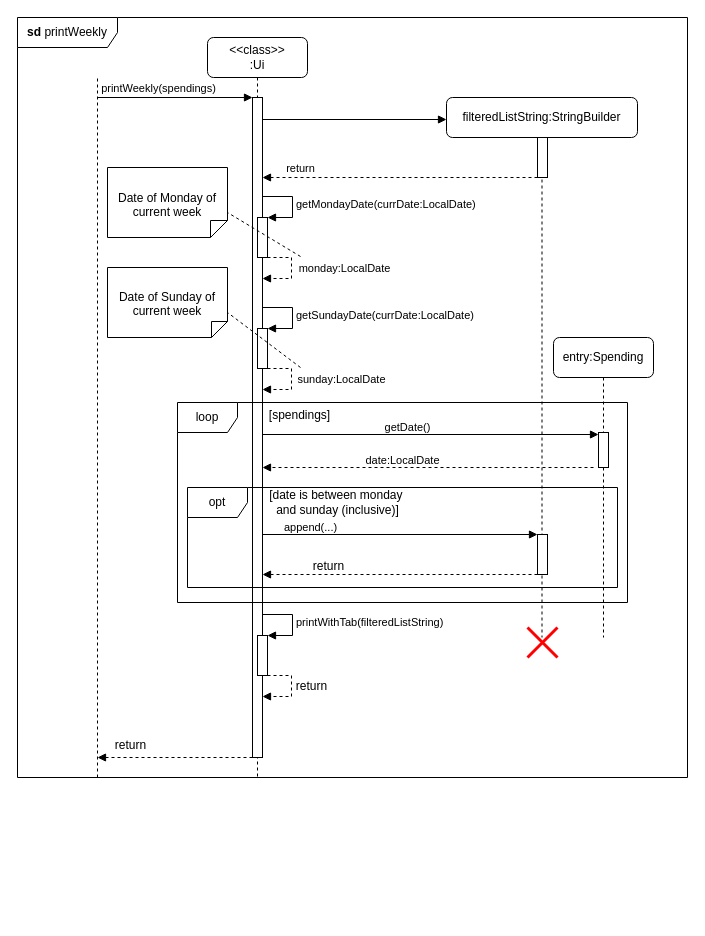
Above: docs/Diagrams/Commands/printWeekly.drawio in wongwh2002/CS2113TeamProject (draw.io), before the change. Source tidied: cells renumbered, new cells numbered last; positions are measured from the earlier drawing's top-left corner, leaving out a move shared by most shapes. Both pictures are drawn from the tidied source at 100%, with x=0, y=0 at pixel (17, 17).
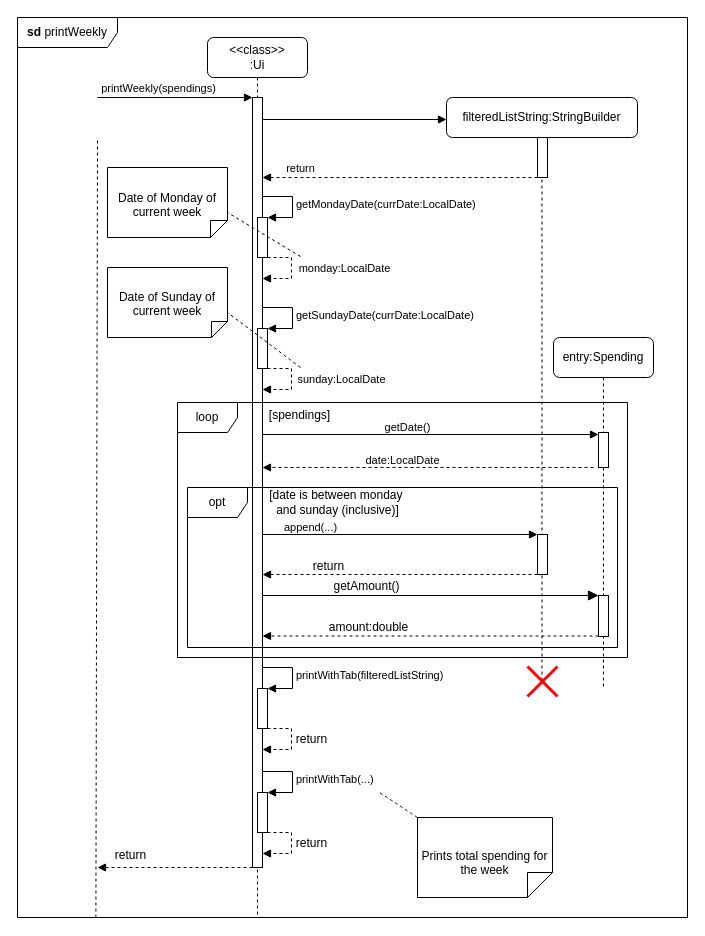
The same diagram, later.

Commit message (it also covers changes not shown here):
Update printWeekly sd to reflect printing of total spendings

The edit, as a diff of the source:
```diff
@@
-    <mxCell id="2" style="endArrow=none;dashed=1;html=1;rounded=0;" parent="1" edge="1">
+    <mxCell id="2" style="endArrow=none;dashed=1;html=1;rounded=0;exitX=0.117;exitY=1;exitDx=0;exitDy=0;exitPerimeter=0;" parent="1" edge="1" source="46">
       <mxGeometry relative="1" as="geometry">
-        <mxPoint x="80" y="760" as="sourcePoint" />
-        <mxPoint x="80" y="60" as="targetPoint" />
+        <mxPoint x="80" y="120" as="targetPoint" />
       </mxGeometry>
     </mxCell>
@@
     <mxCell id="5" value="&amp;lt;&amp;lt;class&amp;gt;&amp;gt;&lt;div&gt;:Ui&lt;/div&gt;" style="shape=umlLifeline;perimeter=lifelinePerimeter;whiteSpace=wrap;html=1;newEdgeStyle={&quot;curved&quot;:0,&quot;rounded&quot;:0};rounded=1;" parent="1" vertex="1">
-      <mxGeometry x="190" y="20" width="100" height="740" as="geometry" />
+      <mxGeometry x="190" y="20" width="100" height="880" as="geometry" />
     </mxCell>
     <mxCell id="6" style="html=1;points=[[0,0,0,0,5],[0,1,0,0,-5],[1,0,0,0,5],[1,1,0,0,-5]];perimeter=orthogonalPerimeter;outlineConnect=0;targetShapes=umlLifeline;portConstraint=eastwest;newEdgeStyle={&quot;curved&quot;:0,&quot;rounded&quot;:0};" parent="5" vertex="1">
-      <mxGeometry x="45" y="60" width="10" height="660" as="geometry" />
+      <mxGeometry x="45" y="60" width="10" height="770" as="geometry" />
     </mxCell>
@@
     <mxCell id="11" value="printWithTab(filteredListString)" style="html=1;align=left;spacingLeft=2;endArrow=block;rounded=0;edgeStyle=orthogonalEdgeStyle;curved=0;rounded=0;" parent="5" edge="1" target="12">
       <mxGeometry relative="1" as="geometry">
-        <mxPoint x="55" y="577" as="sourcePoint" />
+        <mxPoint x="55" y="630" as="sourcePoint" />
         <Array as="points">
-          <mxPoint x="85" y="577" />
-          <mxPoint x="85" y="598" />
+          <mxPoint x="85" y="630" />
+          <mxPoint x="85" y="651" />
         </Array>
       </mxGeometry>
     </mxCell>
     <mxCell id="12" style="html=1;points=[[0,0,0,0,5],[0,1,0,0,-5],[1,0,0,0,5],[1,1,0,0,-5]];perimeter=orthogonalPerimeter;outlineConnect=0;targetShapes=umlLifeline;portConstraint=eastwest;newEdgeStyle={&quot;curved&quot;:0,&quot;rounded&quot;:0};" parent="5" vertex="1">
-      <mxGeometry x="50" y="598" width="10" height="40" as="geometry" />
+      <mxGeometry x="50" y="651" width="10" height="40" as="geometry" />
     </mxCell>
     <mxCell id="13" style="html=1;align=left;spacingLeft=2;endArrow=block;rounded=0;edgeStyle=orthogonalEdgeStyle;curved=0;rounded=0;dashed=1;" parent="5" edge="1">
       <mxGeometry relative="1" as="geometry">
-        <mxPoint x="60" y="638" as="sourcePoint" />
-        <mxPoint x="55" y="659" as="targetPoint" />
+        <mxPoint x="60" y="691" as="sourcePoint" />
+        <mxPoint x="55" y="712" as="targetPoint" />
         <Array as="points">
-          <mxPoint x="84" y="638" />
-          <mxPoint x="84" y="659" />
+          <mxPoint x="84" y="691" />
+          <mxPoint x="84" y="712" />
         </Array>
       </mxGeometry>
     </mxCell>
@@
     <mxCell id="15" value="filteredListString:StringBuilder" style="shape=umlLifeline;perimeter=lifelinePerimeter;whiteSpace=wrap;html=1;newEdgeStyle={&quot;curved&quot;:0,&quot;rounded&quot;:0};rounded=1;" parent="1" vertex="1">
-      <mxGeometry x="429" y="80" width="191" height="540" as="geometry" />
+      <mxGeometry x="429" y="80" width="191" height="585" as="geometry" />
     </mxCell>
@@
     <mxCell id="28" value="loop" style="shape=umlFrame;whiteSpace=wrap;html=1;" parent="1" vertex="1">
-      <mxGeometry x="160" y="385" width="450" height="200" as="geometry" />
+      <mxGeometry x="160" y="385" width="450" height="255" as="geometry" />
     </mxCell>
@@
     <mxCell id="30" value="entry:Spending" style="shape=umlLifeline;perimeter=lifelinePerimeter;whiteSpace=wrap;html=1;newEdgeStyle={&quot;curved&quot;:0,&quot;rounded&quot;:0};rounded=1;" parent="1" vertex="1">
-      <mxGeometry x="536" y="320" width="100" height="300" as="geometry" />
+      <mxGeometry x="536" y="320" width="100" height="350" as="geometry" />
     </mxCell>
@@
     <mxCell id="36" value="opt" style="shape=umlFrame;whiteSpace=wrap;html=1;" parent="1" vertex="1">
-      <mxGeometry x="170" y="470" width="430" height="100" as="geometry" />
+      <mxGeometry x="170" y="470" width="430" height="160" as="geometry" />
     </mxCell>
@@
     <mxCell id="43" style="shape=umlDestroy;whiteSpace=wrap;html=1;strokeWidth=3;targetShapes=umlLifeline;strokeColor=#ff0000;" parent="1" vertex="1">
-      <mxGeometry x="510" y="610" width="30" height="30" as="geometry" />
+      <mxGeometry x="510" y="649" width="30" height="30" as="geometry" />
     </mxCell>
     <mxCell id="44" style="html=1;verticalAlign=bottom;labelBackgroundColor=none;endArrow=block;endFill=1;dashed=1;rounded=0;" parent="1" edge="1">
       <mxGeometry relative="1" as="geometry">
-        <mxPoint x="235" y="740" as="sourcePoint" />
-        <mxPoint x="80" y="740" as="targetPoint" />
+        <mxPoint x="235" y="850" as="sourcePoint" />
+        <mxPoint x="80" y="850" as="targetPoint" />
       </mxGeometry>
     </mxCell>
@@
     <mxCell id="46" value="&lt;b&gt;sd&lt;/b&gt;&amp;nbsp;printWeekly" style="shape=umlFrame;whiteSpace=wrap;html=1;width=100;height=30;" parent="1" vertex="1">
-      <mxGeometry width="670" height="760" as="geometry" />
+      <mxGeometry width="670" height="900" as="geometry" />
     </mxCell>
+    <mxCell id="47" style="html=1;perimeter=orthogonalPerimeter;targetShapes=umlLifeline;newEdgeStyle={&quot;curved&quot;:0,&quot;rounded&quot;:0};" parent="1" vertex="1">
+      <mxGeometry x="581" y="578" width="10" height="41" as="geometry" />
+    </mxCell>
+    <mxCell id="48" value="getAmount()" style="html=1;verticalAlign=bottom;endArrow=block;curved=0;rounded=0;fontSize=12;startSize=8;endSize=8;" parent="1" edge="1">
+      <mxGeometry x="-0.38" relative="1" as="geometry">
+        <mxPoint x="245" y="578" as="sourcePoint" />
+        <mxPoint x="581" y="578" as="targetPoint" />
+      </mxGeometry>
+    </mxCell>
+    <mxCell id="49" style="html=1;verticalAlign=bottom;labelBackgroundColor=none;endArrow=block;endFill=1;dashed=1;rounded=0;" parent="1" edge="1">
+      <mxGeometry relative="1" as="geometry">
+        <mxPoint x="581" y="618.5" as="sourcePoint" />
+        <mxPoint x="245" y="618.5" as="targetPoint" />
+      </mxGeometry>
+    </mxCell>
+    <mxCell id="50" value="amount:double" style="edgeLabel;html=1;align=center;verticalAlign=middle;fontSize=12;" parent="49" vertex="1">
+      <mxGeometry x="-0.31" y="-4" relative="1" as="geometry">
+        <mxPoint x="-115" y="-5" as="offset" />
+      </mxGeometry>
+    </mxCell>
+    <mxCell id="51" value="printWithTab(...)" style="html=1;align=left;spacingLeft=2;endArrow=block;rounded=0;edgeStyle=orthogonalEdgeStyle;curved=0;rounded=0;" parent="1" edge="1" target="52">
+      <mxGeometry relative="1" as="geometry">
+        <mxPoint x="245" y="754" as="sourcePoint" />
+        <Array as="points">
+          <mxPoint x="275" y="754" />
+          <mxPoint x="275" y="775" />
+        </Array>
+      </mxGeometry>
+    </mxCell>
+    <mxCell id="52" style="html=1;points=[[0,0,0,0,5],[0,1,0,0,-5],[1,0,0,0,5],[1,1,0,0,-5]];perimeter=orthogonalPerimeter;outlineConnect=0;targetShapes=umlLifeline;portConstraint=eastwest;newEdgeStyle={&quot;curved&quot;:0,&quot;rounded&quot;:0};" parent="1" vertex="1">
+      <mxGeometry x="240" y="775" width="10" height="40" as="geometry" />
+    </mxCell>
+    <mxCell id="53" style="html=1;align=left;spacingLeft=2;endArrow=block;rounded=0;edgeStyle=orthogonalEdgeStyle;curved=0;rounded=0;dashed=1;" parent="1" edge="1">
+      <mxGeometry relative="1" as="geometry">
+        <mxPoint x="250" y="815" as="sourcePoint" />
+        <mxPoint x="245" y="836" as="targetPoint" />
+        <Array as="points">
+          <mxPoint x="274" y="815" />
+          <mxPoint x="274" y="836" />
+        </Array>
+      </mxGeometry>
+    </mxCell>
+    <mxCell id="54" value="return" style="edgeLabel;html=1;align=center;verticalAlign=middle;fontSize=12;" parent="53" vertex="1">
+      <mxGeometry x="0.26" y="1" relative="1" as="geometry">
+        <mxPoint x="21" y="-12" as="offset" />
+      </mxGeometry>
+    </mxCell>
+    <mxCell id="55" value="Prints total spending for the week" style="shape=note2;boundedLbl=1;whiteSpace=wrap;html=1;size=25;verticalAlign=top;align=center;flipV=1;" parent="1" vertex="1">
+      <mxGeometry x="400" y="800" width="135" height="80" as="geometry" />
+    </mxCell>
+    <mxCell id="56" style="endArrow=none;dashed=1;html=1;rounded=0;fontSize=12;startSize=8;endSize=8;curved=1;exitX=0;exitY=1;exitDx=0;exitDy=0;exitPerimeter=0;" parent="1" edge="1" source="55">
+      <mxGeometry relative="1" as="geometry">
+        <mxPoint x="362" y="775" as="targetPoint" />
+      </mxGeometry>
+    </mxCell>
```
